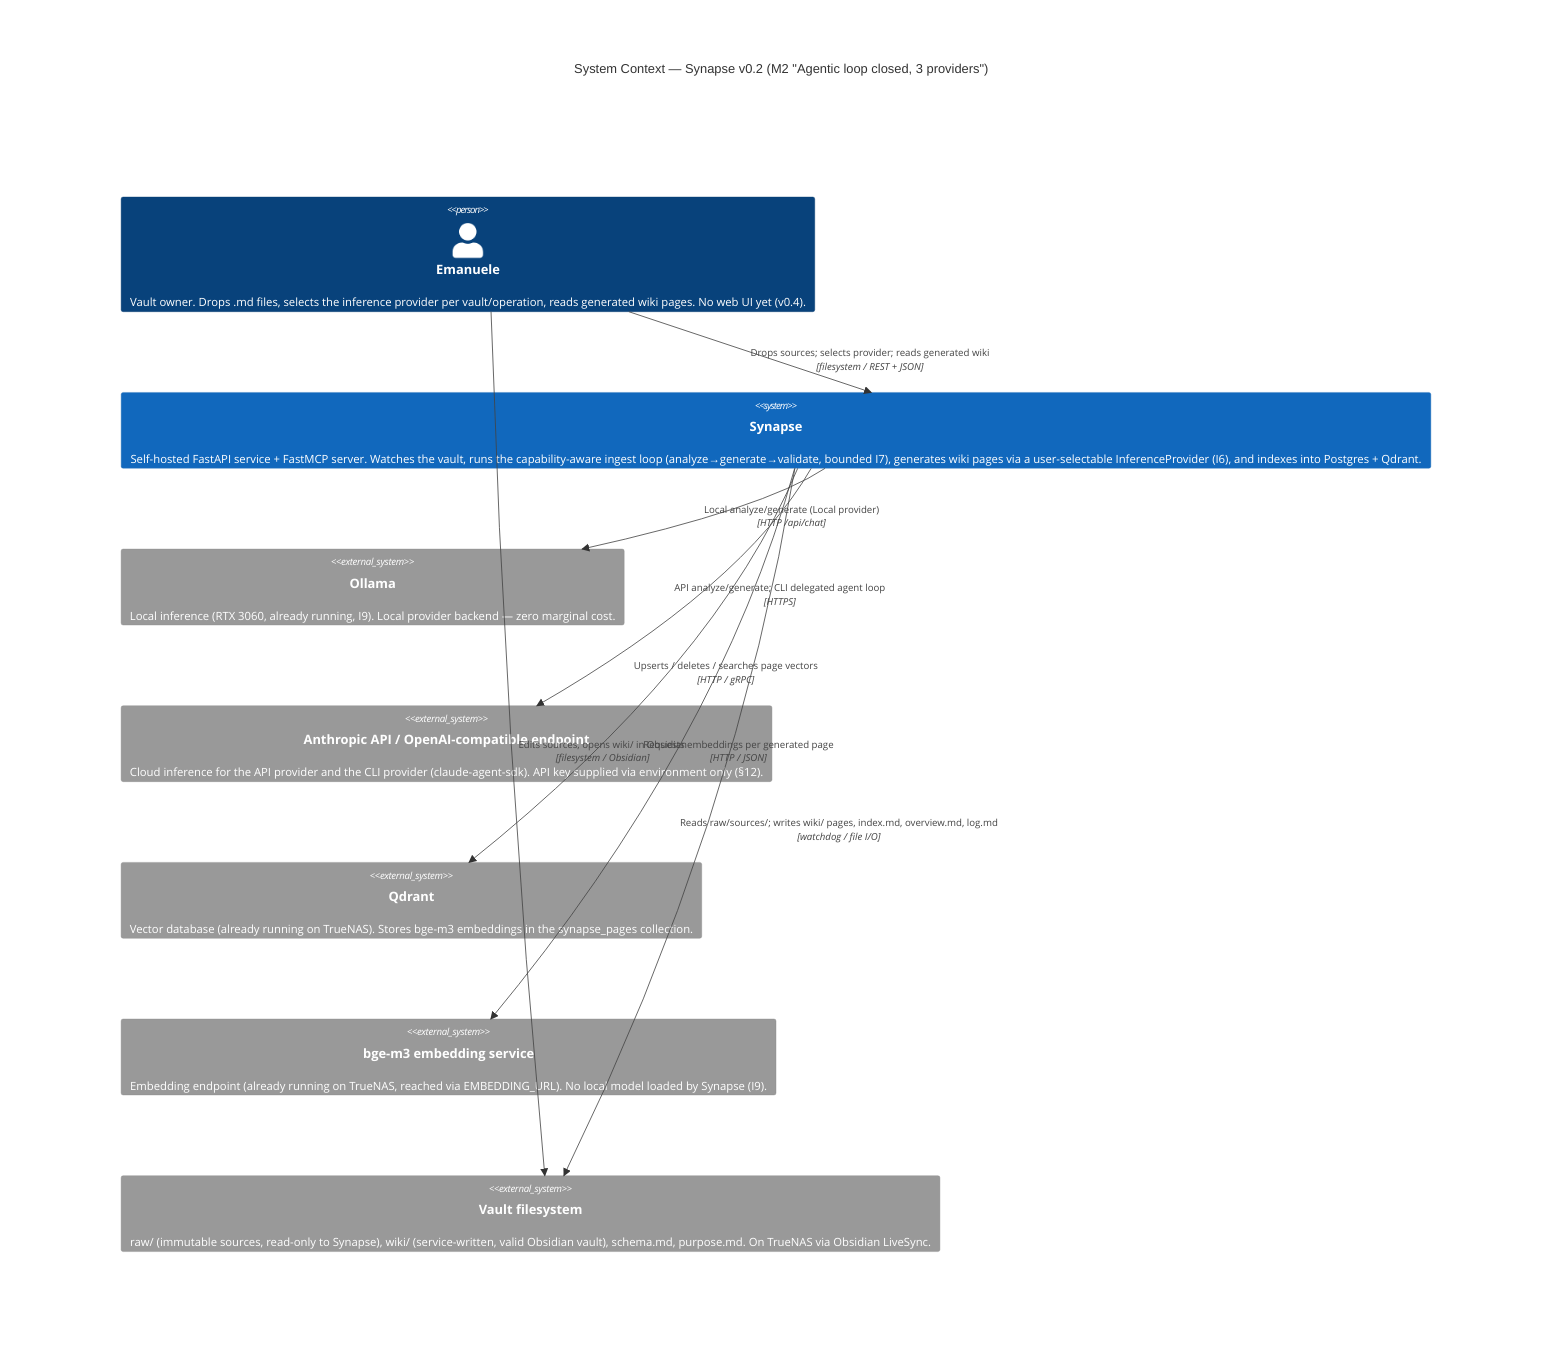
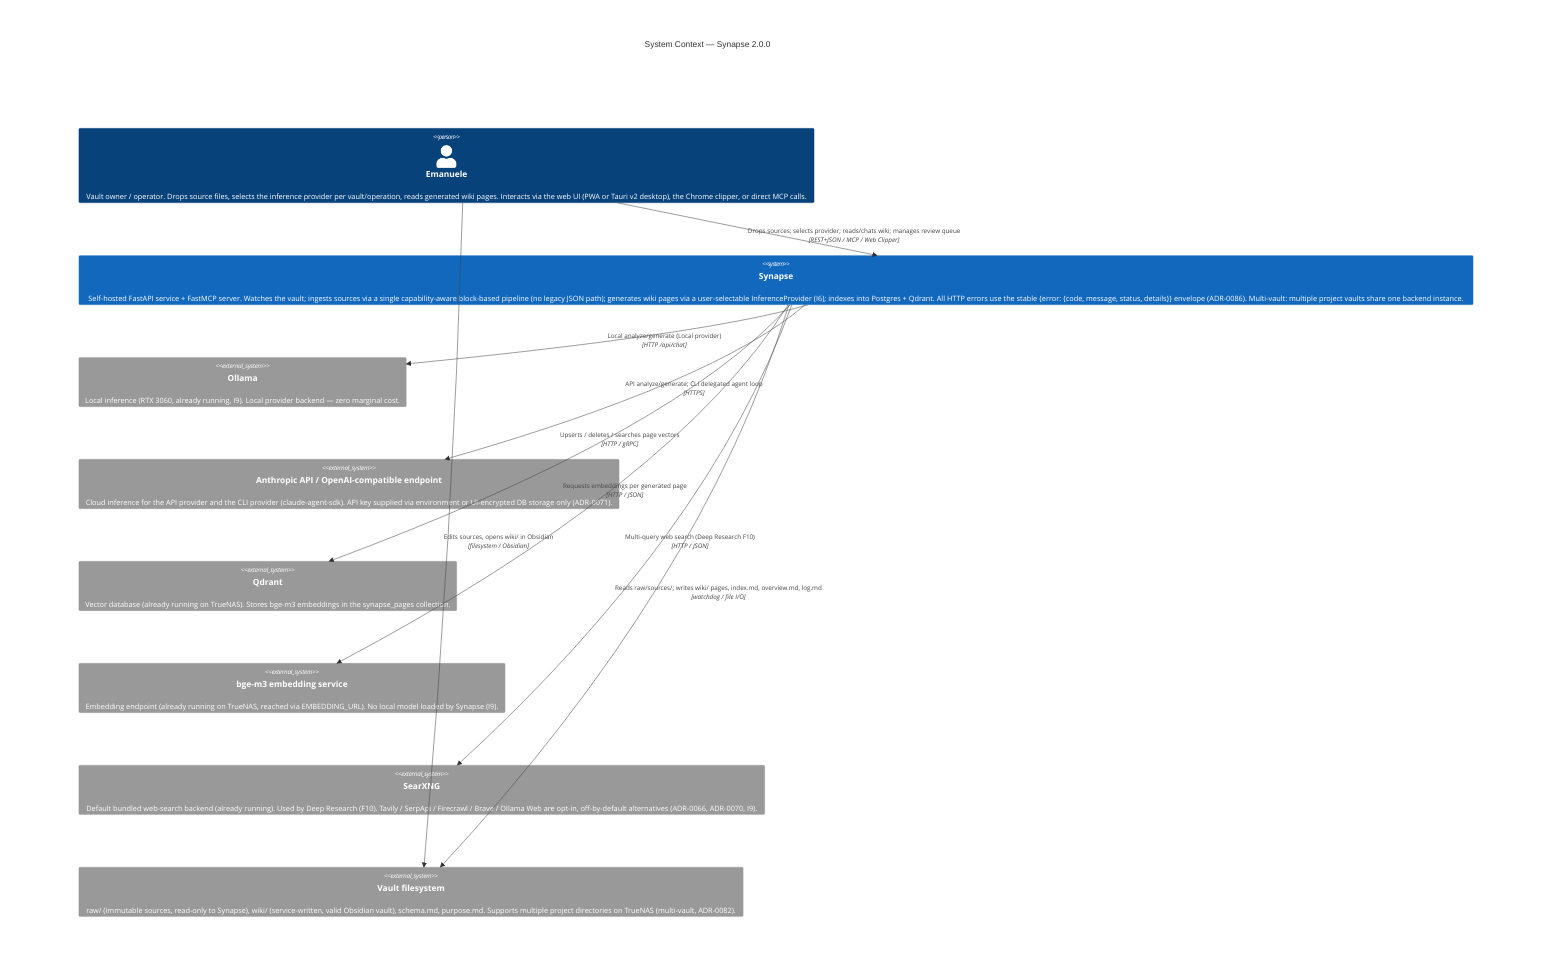
C4Context
-     %% <!-- Generated: v0.2 sprint 2 | 2026-06-28 -->
-     title System Context — Synapse v0.2 (M2 "Agentic loop closed, 3 providers")
+     %% <!-- Generated: v2.0.0 docs/2.0.0-veritieri | 2026-07-17 -->
+     %% Breaking changes landed in 2.0.0:
+     %%   1. Legacy JSON ingest pipeline removed — only the block-based pipeline exists.
+     %%   2. orchestrator/app.main compatibility facades dissolved — importers pull from
+     %%      ingest.pipeline / ingest.writer / ingest.context directly (no re-export facade).
+     %%   3. Stable JSON error envelope: every HTTP error is {"error": {code, message, status, details}}.
+     title System Context — Synapse 2.0.0

-     Person(emanuele, "Emanuele", "Vault owner. Drops .md files, selects the inference provider per vault/operation, reads generated wiki pages. No web UI yet (v0.4).")
+     Person(emanuele, "Emanuele", "Vault owner / operator. Drops source files, selects the inference provider per vault/operation, reads generated wiki pages. Interacts via the web UI (PWA or Tauri v2 desktop), the Chrome clipper, or direct MCP calls.")

-     System(synapse, "Synapse", "Self-hosted FastAPI service + FastMCP server. Watches the vault, runs the capability-aware ingest loop (analyze→generate→validate, bounded I7), generates wiki pages via a user-selectable InferenceProvider (I6), and indexes into Postgres + Qdrant.")
+     System(synapse, "Synapse", "Self-hosted FastAPI service + FastMCP server. Watches the vault; ingests sources via a single capability-aware block-based pipeline (no legacy JSON path); generates wiki pages via a user-selectable InferenceProvider (I6); indexes into Postgres + Qdrant. All HTTP errors use the stable {error: {code, message, status, details}} envelope (ADR-0086). Multi-vault: multiple project vaults share one backend instance.")

    System_Ext(ollamasvc, "Ollama", "Local inference (RTX 3060, already running, I9). Local provider backend — zero marginal cost.")
-     System_Ext(anthropic, "Anthropic API / OpenAI-compatible endpoint", "Cloud inference for the API provider and the CLI provider (claude-agent-sdk). API key supplied via environment only (§12).")
+     System_Ext(anthropic, "Anthropic API / OpenAI-compatible endpoint", "Cloud inference for the API provider and the CLI provider (claude-agent-sdk). API key supplied via environment or UI-encrypted DB storage only (ADR-0071).")
    System_Ext(qdrant, "Qdrant", "Vector database (already running on TrueNAS). Stores bge-m3 embeddings in the synapse_pages collection.")
    System_Ext(bgem3, "bge-m3 embedding service", "Embedding endpoint (already running on TrueNAS, reached via EMBEDDING_URL). No local model loaded by Synapse (I9).")
-     System_Ext(vaultfs, "Vault filesystem", "raw/ (immutable sources, read-only to Synapse), wiki/ (service-written, valid Obsidian vault), schema.md, purpose.md. On TrueNAS via Obsidian LiveSync.")
+     System_Ext(searxng, "SearXNG", "Default bundled web-search backend (already running). Used by Deep Research (F10). Tavily / SerpApi / Firecrawl / Brave / Ollama Web are opt-in, off-by-default alternatives (ADR-0066, ADR-0070, I9).")
+     System_Ext(vaultfs, "Vault filesystem", "raw/ (immutable sources, read-only to Synapse), wiki/ (service-written, valid Obsidian vault), schema.md, purpose.md. Supports multiple project directories on TrueNAS (multi-vault, ADR-0082).")

-     Rel(emanuele, synapse, "Drops sources; selects provider; reads generated wiki", "filesystem / REST + JSON")
+     Rel(emanuele, synapse, "Drops sources; selects provider; reads/chats wiki; manages review queue", "REST+JSON / MCP / Web Clipper")
    Rel(emanuele, vaultfs, "Edits sources, opens wiki/ in Obsidian", "filesystem / Obsidian")

    Rel(synapse, ollamasvc, "Local analyze/generate (Local provider)", "HTTP /api/chat")
    Rel(synapse, anthropic, "API analyze/generate; CLI delegated agent loop", "HTTPS")
    Rel(synapse, vaultfs, "Reads raw/sources/; writes wiki/ pages, index.md, overview.md, log.md", "watchdog / file I/O")
    Rel(synapse, bgem3, "Requests embeddings per generated page", "HTTP / JSON")
    Rel(synapse, qdrant, "Upserts / deletes / searches page vectors", "HTTP / gRPC")
+     Rel(synapse, searxng, "Multi-query web search (Deep Research F10)", "HTTP / JSON")

    UpdateLayoutConfig($c4ShapeInRow="3", $c4BoundaryInRow="1")
